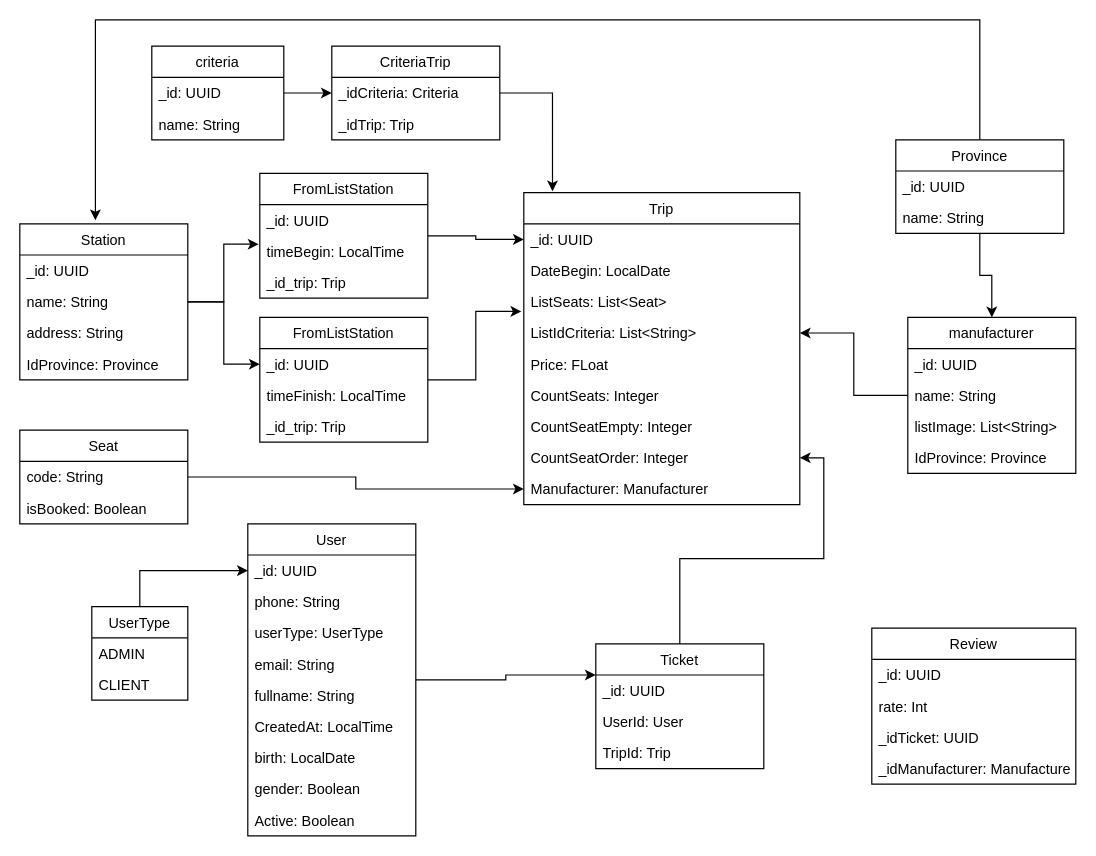
Above: Untitled Diagram.drawio in quannguyen1999/manage-disks (draw.io), before the change. Source tidied: cells renumbered, new cells numbered last; positions are measured from the earlier drawing's top-left corner, leaving out a move shared by most shapes. Both pictures are drawn from the tidied source at 120%, with x=0, y=0 at pixel (19, 19).
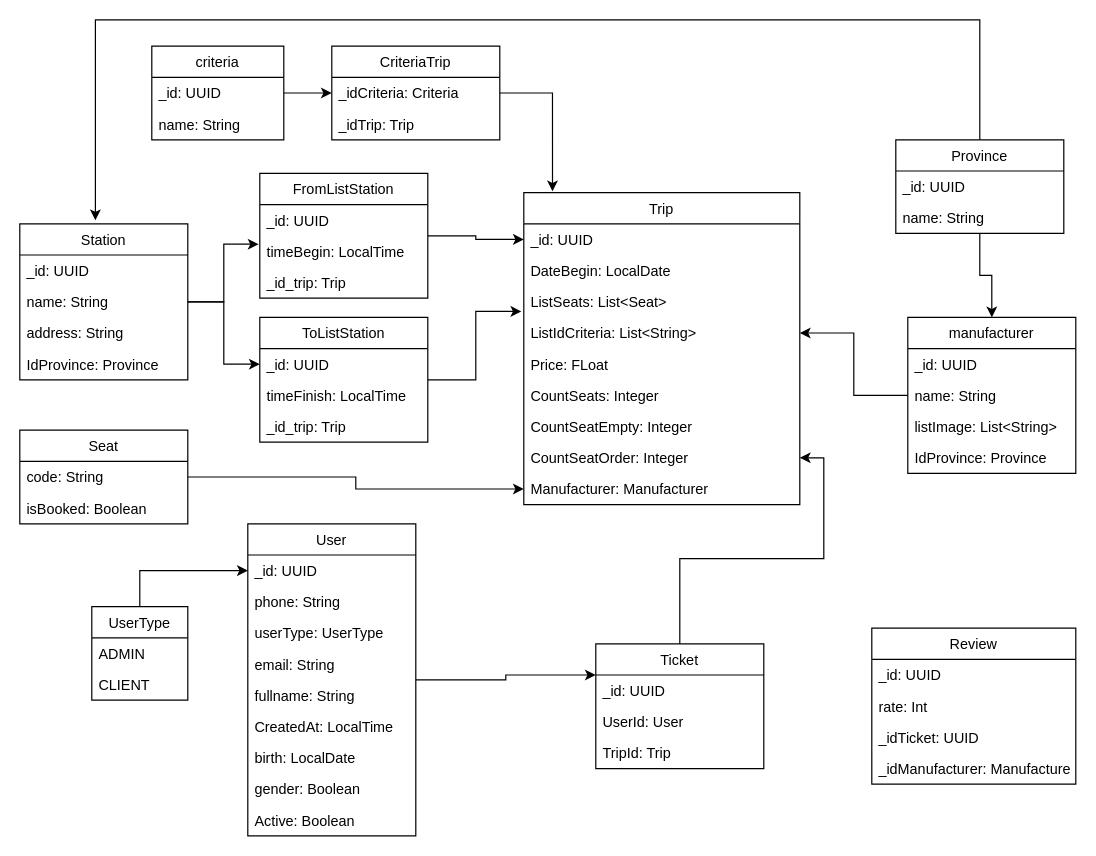
The same page after the edit.

Change to the diagram source:
```diff
@@
-    <mxCell id="69" value="FromListStation" style="swimlane;fontStyle=0;horizontal=1;startSize=26;fillColor=none;" parent="1" vertex="1">
+    <mxCell id="69" value="ToListStation" style="swimlane;fontStyle=0;horizontal=1;startSize=26;fillColor=none;" parent="1" vertex="1">
       <mxGeometry x="200" y="248" width="140" height="104" as="geometry" />
     </mxCell>
```
